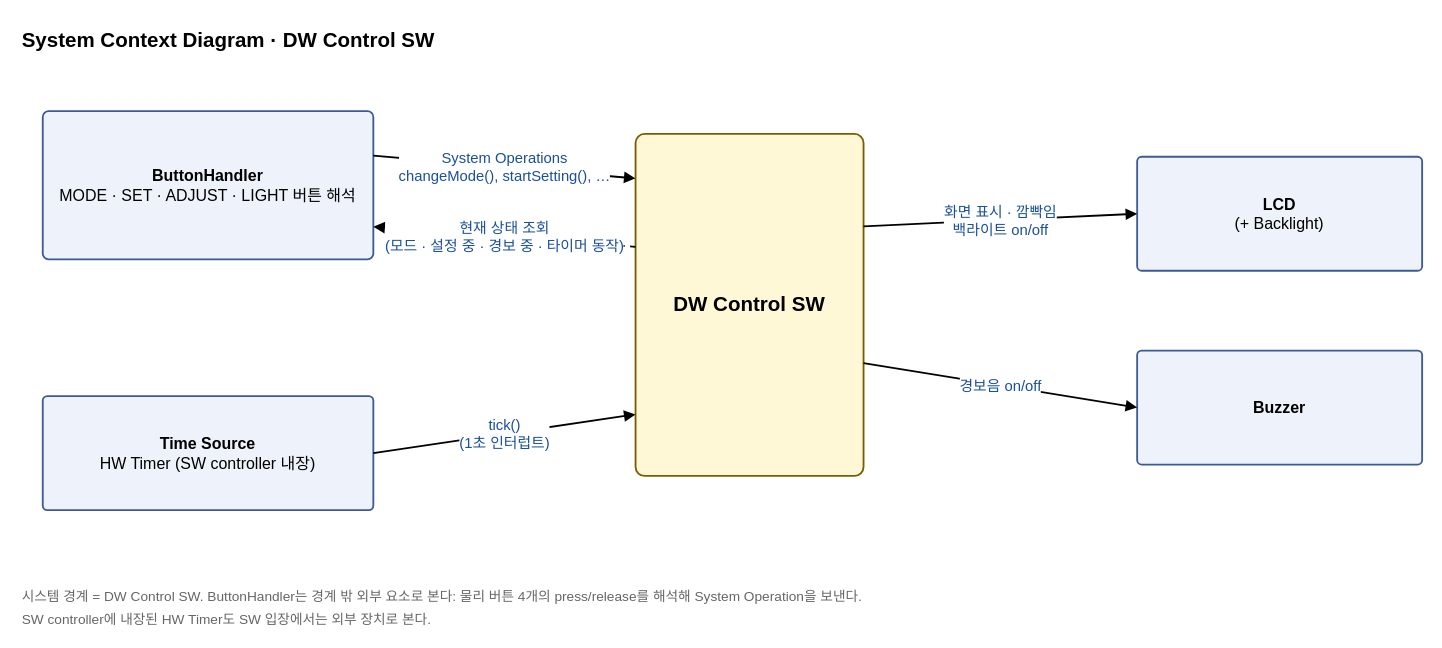
Earlier version of the draw.io diagram docs/OOAD/practice/context/DigitalWatch_SystemContext.drawio (sspring2048/AssoArch). Source tidied: cells renumbered, new cells numbered last; positions are measured from the earlier drawing's top-left corner, leaving out a move shared by most shapes. Both pictures are drawn from the tidied source at 114%, with x=0, y=0 at pixel (19, 19).
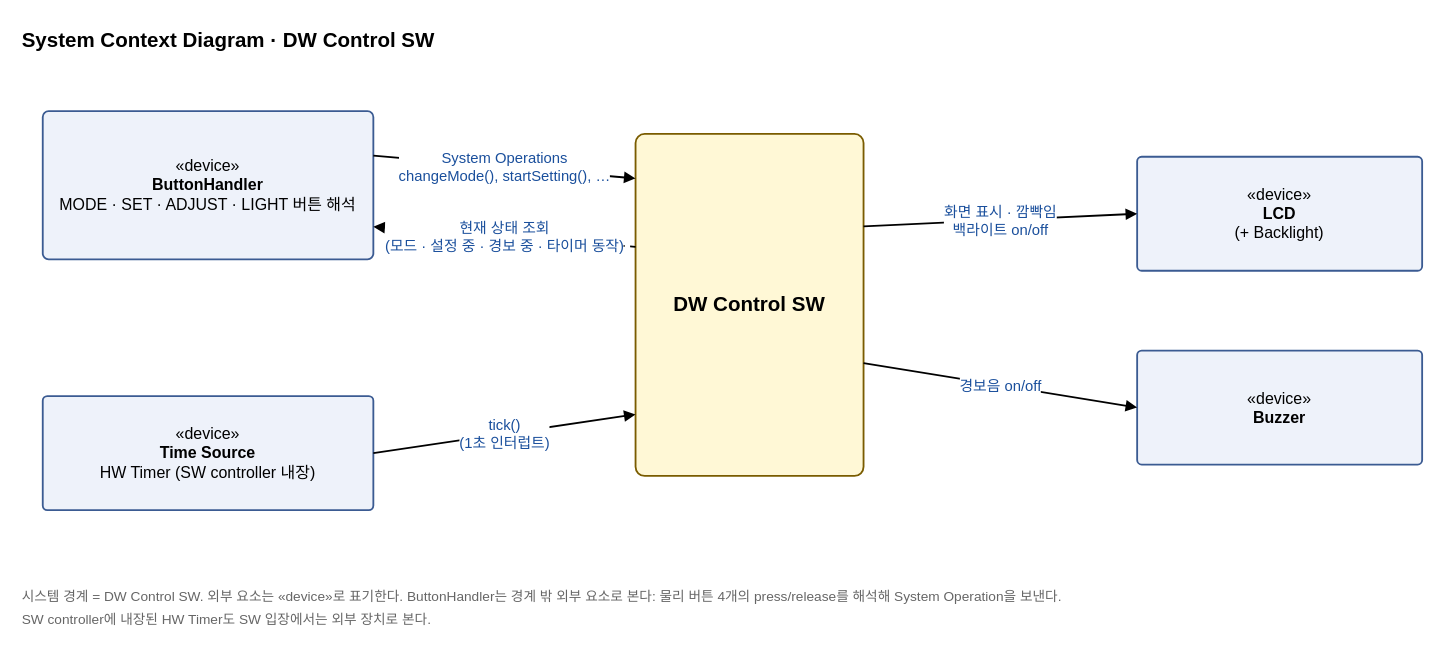
Above is the later version.

Diff of the diagram source:
```diff
@@
 <mxGraphModel>
   <root>
     <mxCell id="0" />
     <mxCell id="1" parent="0" />
     <mxCell id="2" value="System Context Diagram · DW Control SW" style="text;fontSize=18;fontStyle=1;align=left;" parent="1" vertex="1">
       <mxGeometry width="520" height="30" as="geometry" />
     </mxCell>
-    <mxCell id="3" value="&lt;b&gt;ButtonHandler&lt;/b&gt;&lt;br&gt;MODE · SET · ADJUST · LIGHT 버튼 해석" style="rounded=1;arcSize=4;whiteSpace=wrap;html=1;fillColor=#eef2fa;strokeColor=#3b5b92;strokeWidth=1.6;fontSize=14;" parent="1" vertex="1">
+    <mxCell id="3" value="«device»&lt;br&gt;&lt;b&gt;ButtonHandler&lt;/b&gt;&lt;br&gt;MODE · SET · ADJUST · LIGHT 버튼 해석" style="rounded=1;arcSize=4;whiteSpace=wrap;html=1;fillColor=#eef2fa;strokeColor=#3b5b92;strokeWidth=1.6;fontSize=14;" parent="1" vertex="1">
       <mxGeometry x="20" y="80" width="290" height="130" as="geometry" />
     </mxCell>
-    <mxCell id="4" value="&lt;b&gt;Time Source&lt;/b&gt;&lt;br&gt;HW Timer (SW controller 내장)" style="rounded=1;arcSize=4;whiteSpace=wrap;html=1;fillColor=#eef2fa;strokeColor=#3b5b92;strokeWidth=1.6;fontSize=14;" parent="1" vertex="1">
+    <mxCell id="4" value="«device»&lt;br&gt;&lt;b&gt;Time Source&lt;/b&gt;&lt;br&gt;HW Timer (SW controller 내장)" style="rounded=1;arcSize=4;whiteSpace=wrap;html=1;fillColor=#eef2fa;strokeColor=#3b5b92;strokeWidth=1.6;fontSize=14;" parent="1" vertex="1">
       <mxGeometry x="20" y="330" width="290" height="100" as="geometry" />
     </mxCell>
     <mxCell id="5" value="&lt;b&gt;DW Control SW&lt;/b&gt;" style="rounded=1;arcSize=4;whiteSpace=wrap;html=1;fillColor=#fff8d6;strokeColor=#7a5c00;strokeWidth=1.6;fontSize=18;" parent="1" vertex="1">
       <mxGeometry x="540" y="100" width="200" height="300" as="geometry" />
     </mxCell>
-    <mxCell id="6" value="&lt;b&gt;LCD&lt;/b&gt;&lt;br&gt;(+ Backlight)" style="rounded=1;arcSize=4;whiteSpace=wrap;html=1;fillColor=#eef2fa;strokeColor=#3b5b92;strokeWidth=1.6;fontSize=14;" parent="1" vertex="1">
+    <mxCell id="6" value="«device»&lt;br&gt;&lt;b&gt;LCD&lt;/b&gt;&lt;br&gt;(+ Backlight)" style="rounded=1;arcSize=4;whiteSpace=wrap;html=1;fillColor=#eef2fa;strokeColor=#3b5b92;strokeWidth=1.6;fontSize=14;" parent="1" vertex="1">
       <mxGeometry x="980" y="120" width="250" height="100" as="geometry" />
     </mxCell>
-    <mxCell id="7" value="&lt;b&gt;Buzzer&lt;/b&gt;" style="rounded=1;arcSize=4;whiteSpace=wrap;html=1;fillColor=#eef2fa;strokeColor=#3b5b92;strokeWidth=1.6;fontSize=14;" parent="1" vertex="1">
+    <mxCell id="7" value="«device»&lt;br&gt;&lt;b&gt;Buzzer&lt;/b&gt;" style="rounded=1;arcSize=4;whiteSpace=wrap;html=1;fillColor=#eef2fa;strokeColor=#3b5b92;strokeWidth=1.6;fontSize=14;" parent="1" vertex="1">
       <mxGeometry x="980" y="290" width="250" height="100" as="geometry" />
     </mxCell>
     <mxCell id="8" value="System Operations&lt;br&gt;changeMode(), startSetting(), …" style="endArrow=block;endFill=1;html=1;strokeWidth=1.6;fontSize=13;fontColor=#1a4f9c;labelBackgroundColor=#ffffff;exitX=1;exitY=0.3;entryX=0;entryY=0.13;" parent="1" edge="1" source="3" target="5">
       <mxGeometry relative="1" as="geometry" />
     </mxCell>
     <mxCell id="9" value="현재 상태 조회&lt;br&gt;(모드 · 설정 중 · 경보 중 · 타이머 동작)" style="endArrow=block;endFill=1;html=1;strokeWidth=1.6;fontSize=13;fontColor=#1a4f9c;labelBackgroundColor=#ffffff;dashed=1;exitX=0;exitY=0.33;entryX=1;entryY=0.78;" parent="1" edge="1" source="5" target="3">
       <mxGeometry relative="1" as="geometry" />
     </mxCell>
     <mxCell id="10" value="tick()&lt;br&gt;(1초 인터럽트)" style="endArrow=block;endFill=1;html=1;strokeWidth=1.6;fontSize=13;fontColor=#1a4f9c;labelBackgroundColor=#ffffff;exitX=1;exitY=0.5;entryX=0;entryY=0.82;" parent="1" edge="1" source="4" target="5">
       <mxGeometry relative="1" as="geometry" />
     </mxCell>
     <mxCell id="11" value="화면 표시 · 깜빡임&lt;br&gt;백라이트 on/off" style="endArrow=block;endFill=1;html=1;strokeWidth=1.6;fontSize=13;fontColor=#1a4f9c;labelBackgroundColor=#ffffff;exitX=1;exitY=0.27;entryX=0;entryY=0.5;" parent="1" edge="1" source="5" target="6">
       <mxGeometry relative="1" as="geometry" />
     </mxCell>
     <mxCell id="12" value="경보음 on/off" style="endArrow=block;endFill=1;html=1;strokeWidth=1.6;fontSize=13;fontColor=#1a4f9c;labelBackgroundColor=#ffffff;exitX=1;exitY=0.67;entryX=0;entryY=0.5;" parent="1" edge="1" source="5" target="7">
       <mxGeometry relative="1" as="geometry" />
     </mxCell>
-    <mxCell id="13" value="시스템 경계 = DW Control SW. ButtonHandler는 경계 밖 외부 요소로 본다: 물리 버튼 4개의 press/release를 해석해 System Operation을 보낸다." style="text;fontSize=12;fontColor=#666666;align=left;" parent="1" vertex="1">
+    <mxCell id="13" value="시스템 경계 = DW Control SW. 외부 요소는 «device»로 표기한다. ButtonHandler는 경계 밖 외부 요소로 본다: 물리 버튼 4개의 press/release를 해석해 System Operation을 보낸다." style="text;fontSize=12;fontColor=#666666;align=left;" parent="1" vertex="1">
       <mxGeometry y="492" width="1100" height="22" as="geometry" />
     </mxCell>
     <mxCell id="14" value="SW controller에 내장된 HW Timer도 SW 입장에서는 외부 장치로 본다." style="text;fontSize=12;fontColor=#666666;align=left;" parent="1" vertex="1">
       <mxGeometry y="512" width="1100" height="22" as="geometry" />
     </mxCell>
   </root>
 </mxGraphModel>
```
